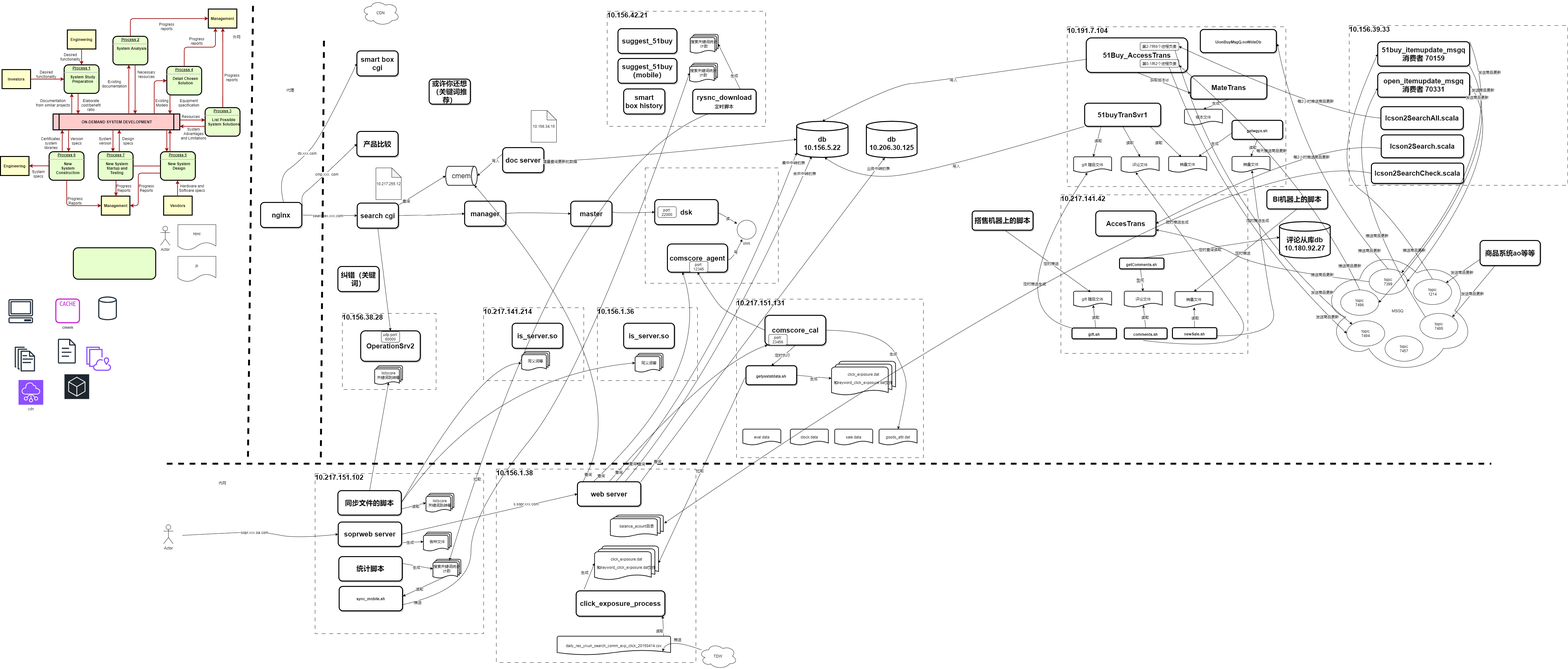
The draw.io diagram yixun.search.drawio.png in msc3000/draw.io.files, before a commit. Source tidied: cells renumbered, new cells last; positions are measured from the earlier drawing's top-left corner, leaving out a move shared by most shapes.
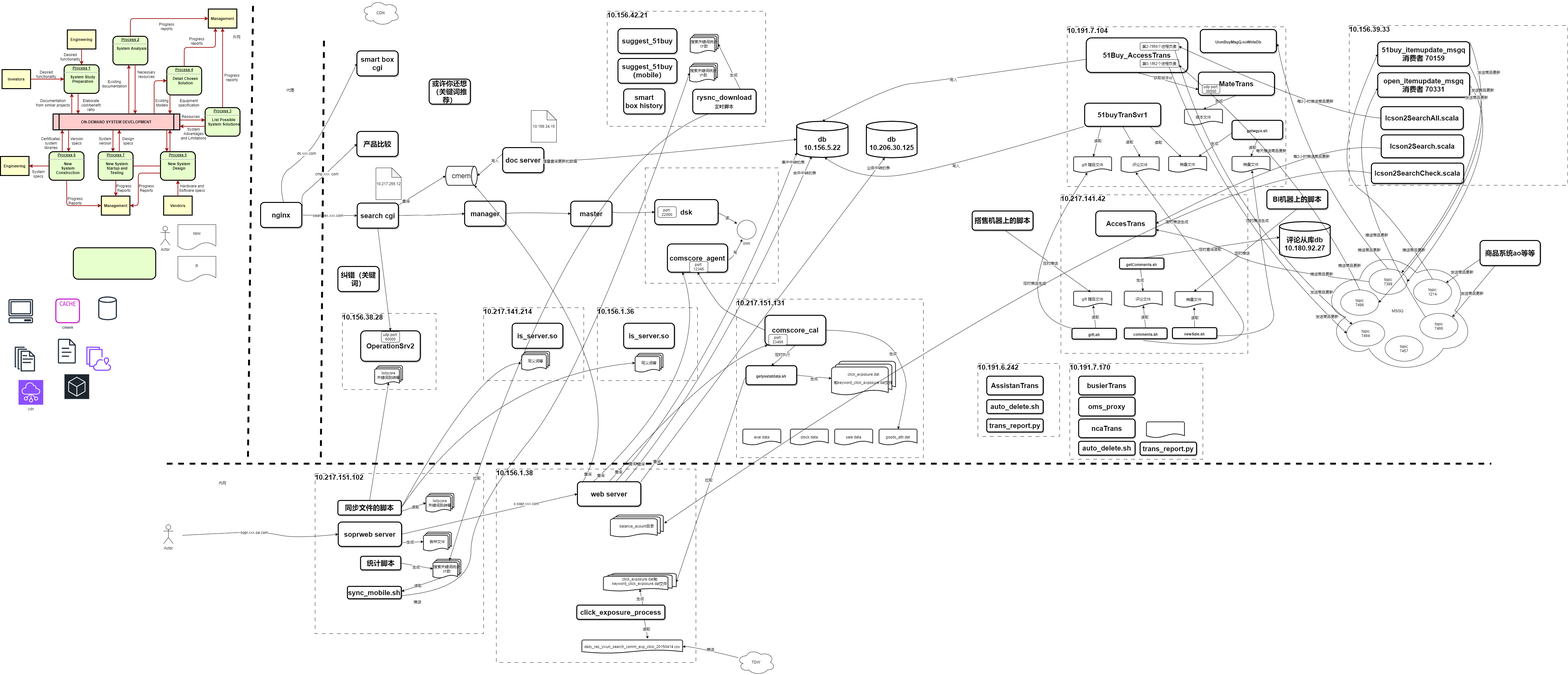
Above is the later version.

The edit, as a diff of the source:
```diff
@@ -372,10 +372,10 @@
       <mxGeometry x="1821" y="1519" width="200" height="77" as="geometry" />
     </mxCell>
     <mxCell id="96" value="&lt;span style=&quot;font-size: 22px;&quot;&gt;click_exposure_process&lt;/span&gt;" style="rounded=1;whiteSpace=wrap;html=1;fontStyle=1;strokeWidth=3;shadow=1;overflow=visible;" parent="1" vertex="1">
-      <mxGeometry x="1817" y="1863" width="280" height="80" as="geometry" />
+      <mxGeometry x="1819" y="1908" width="278" height="45" as="geometry" />
     </mxCell>
-    <mxCell id="97" value="&lt;p class=&quot;MsoNormal&quot;&gt;click_exposure.dat&lt;/p&gt;&lt;p class=&quot;MsoNormal&quot;&gt;&lt;span style=&quot;background-color: initial; font-family: 宋体;&quot;&gt;和&lt;/span&gt;&lt;span style=&quot;background-color: initial;&quot; lang=&quot;EN-US&quot;&gt;keyword_click_exposure.dat&lt;/span&gt;&lt;span style=&quot;background-color: initial; font-family: 宋体;&quot;&gt;文件&lt;/span&gt;&lt;/p&gt;&lt;p class=&quot;MsoNormal&quot;&gt;&lt;span lang=&quot;EN-US&quot;&gt;&lt;/span&gt;&lt;/p&gt;" style="strokeWidth=2;html=1;shape=mxgraph.flowchart.multi-document;whiteSpace=wrap;" parent="1" vertex="1">
-      <mxGeometry x="1875" y="1721.5" width="202" height="108" as="geometry" />
+    <mxCell id="97" value="&lt;p class=&quot;MsoNormal&quot;&gt;click_exposure.dat&lt;span style=&quot;background-color: initial; font-family: 宋体;&quot;&gt;和&lt;/span&gt;&lt;span style=&quot;background-color: initial;&quot; lang=&quot;EN-US&quot;&gt;keyword_click_exposure.dat&lt;/span&gt;&lt;span style=&quot;background-color: initial; font-family: 宋体;&quot;&gt;文件&lt;/span&gt;&lt;/p&gt;&lt;p class=&quot;MsoNormal&quot;&gt;&lt;span lang=&quot;EN-US&quot;&gt;&lt;/span&gt;&lt;/p&gt;" style="strokeWidth=2;html=1;shape=mxgraph.flowchart.multi-document;whiteSpace=wrap;overflow=fill;" parent="1" vertex="1">
+      <mxGeometry x="1903" y="1808" width="230" height="56.5" as="geometry" />
     </mxCell>
     <mxCell id="98" value="10.217.151.102" style="rounded=0;whiteSpace=wrap;html=1;dashed=1;dashPattern=12 12;align=left;overflow=fill;fontStyle=1;fontSize=22;" parent="1" vertex="1">
       <mxGeometry x="993" y="1493" width="532" height="505" as="geometry" />
@@ -384,7 +384,7 @@
       <mxGeometry x="1066" y="1646" width="200" height="77" as="geometry" />
     </mxCell>
     <mxCell id="100" value="&lt;span style=&quot;font-size: 22px;&quot;&gt;同步文件的脚本&lt;/span&gt;" style="rounded=1;whiteSpace=wrap;html=1;fontStyle=1;strokeWidth=3;shadow=1;overflow=visible;" parent="1" vertex="1">
-      <mxGeometry x="1065" y="1547" width="200" height="77" as="geometry" />
+      <mxGeometry x="1065" y="1578" width="200" height="46" as="geometry" />
     </mxCell>
     <mxCell id="101" value="listscore&lt;br&gt;关键词跳转等" style="strokeWidth=2;html=1;shape=mxgraph.flowchart.multi-document;whiteSpace=wrap;" parent="1" vertex="1">
       <mxGeometry x="1343" y="1555.5" width="88" height="60" as="geometry" />
@@ -452,7 +452,7 @@
       <mxGeometry x="1365" y="1763.5" width="88" height="60" as="geometry" />
     </mxCell>
     <mxCell id="117" value="&lt;span style=&quot;font-size: 22px;&quot;&gt;统计脚本&lt;/span&gt;" style="rounded=1;whiteSpace=wrap;html=1;fontStyle=1;strokeWidth=3;shadow=1;overflow=visible;" parent="1" vertex="1">
-      <mxGeometry x="1068" y="1755" width="200" height="77" as="geometry" />
+      <mxGeometry x="1136.5" y="1754" width="127" height="43" as="geometry" />
     </mxCell>
     <mxCell id="118" style="curved=1;endArrow=classic;html=1;rounded=0;entryX=0;entryY=0.5;entryDx=0;entryDy=0;" parent="1" edge="1" target="99">
       <mxGeometry relative="1" as="geometry">
@@ -529,13 +529,11 @@
     <mxCell id="136" value="rysnc_download&lt;br&gt;&lt;span style=&quot;font-size:10.5pt;mso-bidi-font-size:11.0pt;font-family:宋体;mso-ascii-font-family:&lt;br/&gt;Calibri;mso-ascii-theme-font:minor-latin;mso-fareast-theme-font:minor-fareast;&lt;br/&gt;mso-hansi-font-family:Calibri;mso-hansi-theme-font:minor-latin;mso-bidi-font-family:&lt;br/&gt;&amp;quot;Times New Roman&amp;quot;;mso-bidi-theme-font:minor-bidi;mso-ansi-language:EN-US;&lt;br/&gt;mso-fareast-language:ZH-CN;mso-bidi-language:AR-SA&quot;&gt;定时脚本&lt;/span&gt;" style="rounded=1;whiteSpace=wrap;html=1;fontStyle=1;strokeWidth=3;shadow=1;overflow=visible;fontSize=22;" parent="1" vertex="1">
       <mxGeometry x="2185" y="281" width="200" height="77" as="geometry" />
     </mxCell>
-    <mxCell id="137" value="sync_mobile.sh" style="rounded=1;whiteSpace=wrap;html=1;fontStyle=1;strokeWidth=3;shadow=1;overflow=visible;" parent="1" vertex="1">
-      <mxGeometry x="1069" y="1849" width="200" height="77" as="geometry" />
+    <mxCell id="137" value="&lt;font style=&quot;font-size: 22px;&quot;&gt;sync_mobile.sh&lt;/font&gt;" style="rounded=1;whiteSpace=wrap;html=1;fontStyle=1;strokeWidth=3;shadow=1;overflow=visible;" parent="1" vertex="1">
+      <mxGeometry x="1095" y="1849" width="170" height="39" as="geometry" />
     </mxCell>
-    <mxCell id="138" style="endArrow=classic;html=1;rounded=0;exitX=1;exitY=0.5;exitDx=0;exitDy=0;entryX=0;entryY=0.5;entryDx=0;entryDy=0;entryPerimeter=0;" parent="1" edge="1" target="116">
-      <mxGeometry relative="1" as="geometry">
-        <mxPoint x="1268" y="1776.5" as="sourcePoint" />
-      </mxGeometry>
+    <mxCell id="138" style="endArrow=classic;html=1;rounded=0;exitX=1;exitY=0.5;exitDx=0;exitDy=0;entryX=0;entryY=0.5;entryDx=0;entryDy=0;entryPerimeter=0;" parent="1" edge="1" source="117" target="116">
+      <mxGeometry relative="1" as="geometry" />
     </mxCell>
     <mxCell id="139" value="生成" style="edgeLabel;html=1;align=center;verticalAlign=middle;" parent="138" vertex="1">
       <mxGeometry x="0.36" relative="1" as="geometry">
@@ -557,23 +555,23 @@
       </mxGeometry>
     </mxCell>
     <mxCell id="144" value="TDW" style="ellipse;shape=cloud;whiteSpace=wrap;html=1;" parent="1" vertex="1">
-      <mxGeometry x="2205" y="2029" width="120" height="80" as="geometry" />
+      <mxGeometry x="2325" y="2048" width="120" height="80" as="geometry" />
     </mxCell>
-    <mxCell id="145" style="endArrow=classic;html=1;rounded=0;exitX=0.089;exitY=-0.05;exitDx=0;exitDy=0;entryX=0;entryY=0.5;entryDx=0;entryDy=0;entryPerimeter=0;exitPerimeter=0;" parent="1" edge="1" source="96" target="97">
+    <mxCell id="145" style="endArrow=classic;html=1;rounded=0;exitX=0.75;exitY=0;exitDx=0;exitDy=0;entryX=0.5;entryY=0.88;entryDx=0;entryDy=0;entryPerimeter=0;" parent="1" edge="1" source="96" target="97">
       <mxGeometry relative="1" as="geometry" />
     </mxCell>
     <mxCell id="146" value="生成" style="edgeLabel;html=1;align=center;verticalAlign=middle;" parent="145" vertex="1">
       <mxGeometry x="0.36" relative="1" as="geometry">
-        <mxPoint x="-21" as="offset" />
+        <mxPoint x="-3" y="14" as="offset" />
       </mxGeometry>
     </mxCell>
     <mxCell id="147" value="&lt;p class=&quot;MsoNormal&quot;&gt;daily_res_yixun_search_comm_exp_click_20150414.csv&lt;/p&gt;" style="strokeWidth=2;html=1;shape=mxgraph.flowchart.document2;whiteSpace=wrap;size=0.25;" parent="1" vertex="1">
-      <mxGeometry x="1757" y="2006" width="358" height="59" as="geometry" />
+      <mxGeometry x="1835" y="2018" width="318" height="42" as="geometry" />
     </mxCell>
-    <mxCell id="148" style="curved=1;endArrow=classic;html=1;rounded=0;entryX=0.93;entryY=0.814;entryDx=0;entryDy=0;entryPerimeter=0;" parent="1" edge="1" source="144" target="147">
+    <mxCell id="148" style="curved=1;endArrow=classic;html=1;rounded=0;entryX=1;entryY=0.5;entryDx=0;entryDy=0;entryPerimeter=0;" parent="1" edge="1" source="144" target="147">
       <mxGeometry relative="1" as="geometry">
         <Array as="points">
-          <mxPoint x="2105" y="2009" />
+          <mxPoint x="2185" y="2038" />
         </Array>
       </mxGeometry>
     </mxCell>
@@ -582,12 +580,14 @@
         <mxPoint x="-1" as="offset" />
       </mxGeometry>
     </mxCell>
-    <mxCell id="150" style="endArrow=classic;html=1;rounded=0;entryX=0.975;entryY=0.988;entryDx=0;entryDy=0;exitX=0.939;exitY=0;exitDx=0;exitDy=0;exitPerimeter=0;entryPerimeter=0;" parent="1" edge="1" source="147" target="96">
-      <mxGeometry relative="1" as="geometry" />
+    <mxCell id="150" style="endArrow=classic;html=1;rounded=0;entryX=0.654;entryY=-0.095;entryDx=0;entryDy=0;exitX=0.975;exitY=0.988;exitDx=0;exitDy=0;exitPerimeter=0;entryPerimeter=0;" parent="1" edge="1" target="147">
+      <mxGeometry relative="1" as="geometry">
+        <mxPoint x="2032.1" y="1952.5" as="sourcePoint" />
+      </mxGeometry>
     </mxCell>
     <mxCell id="151" value="读取" style="edgeLabel;html=1;align=center;verticalAlign=middle;" parent="150" vertex="1">
       <mxGeometry x="0.36" relative="1" as="geometry">
-        <mxPoint x="-11" y="25" as="offset" />
+        <mxPoint x="-1" y="-10" as="offset" />
       </mxGeometry>
     </mxCell>
     <mxCell id="152" value="getyxstatdata.sh&lt;span style=&quot;font-size: 22px;&quot;&gt;&lt;br&gt;&lt;/span&gt;" style="rounded=1;whiteSpace=wrap;html=1;fontStyle=1;strokeWidth=3;shadow=1;overflow=visible;" parent="1" vertex="1">
@@ -703,7 +703,7 @@
       <mxGeometry x="3422" y="325" width="240" height="73" as="geometry" />
     </mxCell>
     <mxCell id="180" value="&lt;h3&gt;&lt;font style=&quot;font-size: 22px;&quot;&gt;MateTrans&lt;/font&gt;&lt;/h3&gt;" style="rounded=1;whiteSpace=wrap;html=1;fontStyle=1;strokeWidth=3;shadow=1;overflow=visible;" parent="1" vertex="1">
-      <mxGeometry x="3757" y="239" width="240" height="73" as="geometry" />
+      <mxGeometry x="3781" y="227" width="240" height="73" as="geometry" />
     </mxCell>
     <mxCell id="181" value="getComments.sh&lt;span style=&quot;font-size: 22px;&quot;&gt;&lt;br&gt;&lt;/span&gt;" style="rounded=1;whiteSpace=wrap;html=1;fontStyle=1;strokeWidth=3;shadow=1;overflow=visible;" parent="1" vertex="1">
       <mxGeometry x="3532" y="813.5" width="140" height="34" as="geometry" />
@@ -718,7 +718,7 @@
       <mxGeometry x="3707" y="919" width="120" height="50" as="geometry" />
     </mxCell>
     <mxCell id="185" value="gift.sh&lt;span style=&quot;font-size: 22px;&quot;&gt;&lt;br&gt;&lt;/span&gt;" style="rounded=1;whiteSpace=wrap;html=1;fontStyle=1;strokeWidth=3;shadow=1;overflow=visible;" parent="1" vertex="1">
-      <mxGeometry x="3382" y="1034" width="140" height="34" as="geometry" />
+      <mxGeometry x="3382" y="1035" width="140" height="34" as="geometry" />
     </mxCell>
     <mxCell id="186" value="newSale.sh&lt;span style=&quot;font-size: 22px;&quot;&gt;&lt;br&gt;&lt;/span&gt;" style="rounded=1;whiteSpace=wrap;html=1;fontStyle=1;strokeWidth=3;shadow=1;overflow=visible;" parent="1" vertex="1">
       <mxGeometry x="3699" y="1033" width="140" height="34" as="geometry" />
@@ -737,8 +737,11 @@
         <mxPoint x="-20" y="-94" as="offset" />
       </mxGeometry>
     </mxCell>
-    <mxCell id="189" style="curved=1;endArrow=classic;html=1;rounded=0;entryX=0.5;entryY=0.88;entryDx=0;entryDy=0;entryPerimeter=0;exitX=0.5;exitY=0;exitDx=0;exitDy=0;" parent="1" edge="1" source="172" target="183">
-      <mxGeometry relative="1" as="geometry" />
+    <mxCell id="189" style="curved=1;endArrow=classic;html=1;rounded=0;entryX=0.5;entryY=0.88;entryDx=0;entryDy=0;entryPerimeter=0;exitX=0.5;exitY=0;exitDx=0;exitDy=0;" parent="1" edge="1">
+      <mxGeometry relative="1" as="geometry">
+        <mxPoint x="3614.5" y="1035" as="sourcePoint" />
+        <mxPoint x="3607" y="963" as="targetPoint" />
+      </mxGeometry>
     </mxCell>
     <mxCell id="190" value="读取" style="edgeLabel;html=1;align=center;verticalAlign=middle;" parent="189" vertex="1">
       <mxGeometry x="-0.04" y="-5" relative="1" as="geometry">
@@ -759,8 +762,8 @@
     </mxCell>
     <mxCell id="193" style="curved=1;endArrow=classic;html=1;rounded=0;entryX=0.5;entryY=0.88;entryDx=0;entryDy=0;entryPerimeter=0;exitX=0.5;exitY=0;exitDx=0;exitDy=0;" parent="1" edge="1">
       <mxGeometry relative="1" as="geometry">
-        <mxPoint x="3457" y="1034" as="sourcePoint" />
-        <mxPoint x="3449" y="962" as="targetPoint" />
+        <mxPoint x="3457" y="1035" as="sourcePoint" />
+        <mxPoint x="3449" y="963" as="targetPoint" />
       </mxGeometry>
     </mxCell>
     <mxCell id="194" value="读取" style="edgeLabel;html=1;align=center;verticalAlign=middle;" parent="193" vertex="1">
@@ -1353,5 +1356,41 @@
         <mxPoint y="-1" as="offset" />
       </mxGeometry>
     </mxCell>
+    <mxCell id="326" value="&lt;b&gt;&lt;font style=&quot;font-size: 22px;&quot;&gt;10.191.6.242&lt;/font&gt;&lt;/b&gt;" style="rounded=0;whiteSpace=wrap;html=1;dashed=1;dashPattern=12 12;overflow=fill;align=left;" parent="1" vertex="1">
+      <mxGeometry x="3085" y="1146" width="258" height="230" as="geometry" />
+    </mxCell>
+    <mxCell id="327" value="&lt;span style=&quot;font-size: 22px;&quot;&gt;AssistanTrans&lt;br&gt;&lt;/span&gt;" style="rounded=1;whiteSpace=wrap;html=1;fontStyle=1;strokeWidth=3;shadow=1;overflow=visible;" parent="1" vertex="1">
+      <mxGeometry x="3113" y="1186" width="178" height="59" as="geometry" />
+    </mxCell>
+    <mxCell id="328" value="&lt;span style=&quot;font-size: 22px;&quot;&gt;auto_delete.sh&lt;br&gt;&lt;/span&gt;" style="rounded=1;whiteSpace=wrap;html=1;fontStyle=1;strokeWidth=3;shadow=1;overflow=visible;" parent="1" vertex="1">
+      <mxGeometry x="3113" y="1260.2" width="178" height="43.5" as="geometry" />
+    </mxCell>
+    <mxCell id="329" value="udp port:&lt;br&gt;36500" style="rounded=1;whiteSpace=wrap;html=1;" parent="1" vertex="1">
+      <mxGeometry x="3793.2" y="266" width="55.5" height="28" as="geometry" />
+    </mxCell>
+    <mxCell id="330" value="&lt;span style=&quot;font-size: 22px;&quot;&gt;trans_report.py&lt;br&gt;&lt;/span&gt;" style="rounded=1;whiteSpace=wrap;html=1;fontStyle=1;strokeWidth=3;shadow=1;overflow=visible;" parent="1" vertex="1">
+      <mxGeometry x="3113" y="1321" width="178" height="41" as="geometry" />
+    </mxCell>
+    <mxCell id="331" value="&lt;b&gt;&lt;font style=&quot;font-size: 22px;&quot;&gt;10.191.7.170&lt;/font&gt;&lt;/b&gt;" style="rounded=0;whiteSpace=wrap;html=1;dashed=1;dashPattern=12 12;overflow=fill;align=left;" parent="1" vertex="1">
+      <mxGeometry x="3375" y="1146" width="420" height="302" as="geometry" />
+    </mxCell>
+    <mxCell id="332" value="&lt;span style=&quot;font-size: 22px;&quot;&gt;busierTrans&lt;br&gt;&lt;/span&gt;" style="rounded=1;whiteSpace=wrap;html=1;fontStyle=1;strokeWidth=3;shadow=1;overflow=visible;" parent="1" vertex="1">
+      <mxGeometry x="3403" y="1186" width="178" height="59" as="geometry" />
+    </mxCell>
+    <mxCell id="333" value="&lt;span style=&quot;font-size: 22px;&quot;&gt;auto_delete.sh&lt;br&gt;&lt;/span&gt;" style="rounded=1;whiteSpace=wrap;html=1;fontStyle=1;strokeWidth=3;shadow=1;overflow=visible;" parent="1" vertex="1">
+      <mxGeometry x="3403" y="1391.5" width="178" height="43.5" as="geometry" />
+    </mxCell>
+    <mxCell id="334" value="&lt;span style=&quot;font-size: 22px;&quot;&gt;trans_report.py&lt;br&gt;&lt;/span&gt;" style="rounded=1;whiteSpace=wrap;html=1;fontStyle=1;strokeWidth=3;shadow=1;overflow=visible;" parent="1" vertex="1">
+      <mxGeometry x="3597" y="1394" width="178" height="41" as="geometry" />
+    </mxCell>
+    <mxCell id="335" value="&lt;span style=&quot;font-size: 22px;&quot;&gt;oms_proxy&lt;br&gt;&lt;/span&gt;" style="rounded=1;whiteSpace=wrap;html=1;fontStyle=1;strokeWidth=3;shadow=1;overflow=visible;" parent="1" vertex="1">
+      <mxGeometry x="3403" y="1252.5" width="178" height="59" as="geometry" />
+    </mxCell>
+    <mxCell id="336" value="&lt;span style=&quot;font-size: 22px;&quot;&gt;ncaTrans&lt;br&gt;&lt;/span&gt;" style="rounded=1;whiteSpace=wrap;html=1;fontStyle=1;strokeWidth=3;shadow=1;overflow=visible;" parent="1" vertex="1">
+      <mxGeometry x="3403" y="1321" width="178" height="59" as="geometry" />
+    </mxCell>
+    <mxCell id="337" value="&lt;p class=&quot;MsoNormal&quot;&gt;&lt;br&gt;&lt;/p&gt;" style="strokeWidth=2;html=1;shape=mxgraph.flowchart.document2;whiteSpace=wrap;size=0.25;" parent="1" vertex="1">
+      <mxGeometry x="3617" y="1330" width="120" height="50" as="geometry" />
+    </mxCell>
   </root>
 </mxGraphModel>
```
